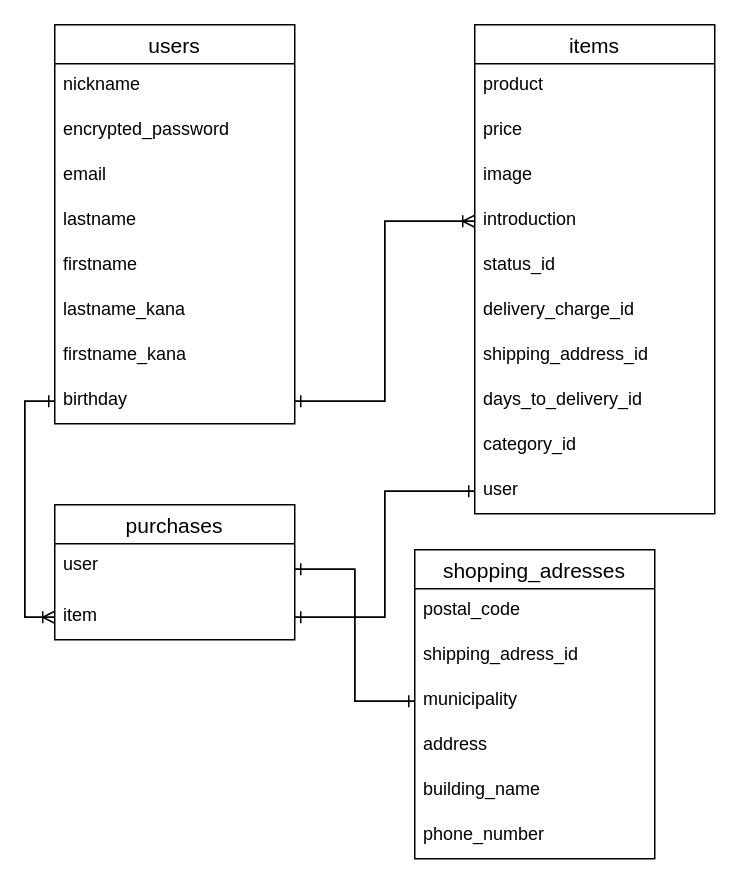
The draw.io diagram furima.dio in shiori0221/furima-35917, before the edit. Source tidied: cells renumbered, new cells numbered last; positions are measured from the earlier drawing's top-left corner, leaving out a move shared by most shapes. Both pictures are drawn from the tidied source at 150%, with x=0, y=0 at pixel (54, 24).
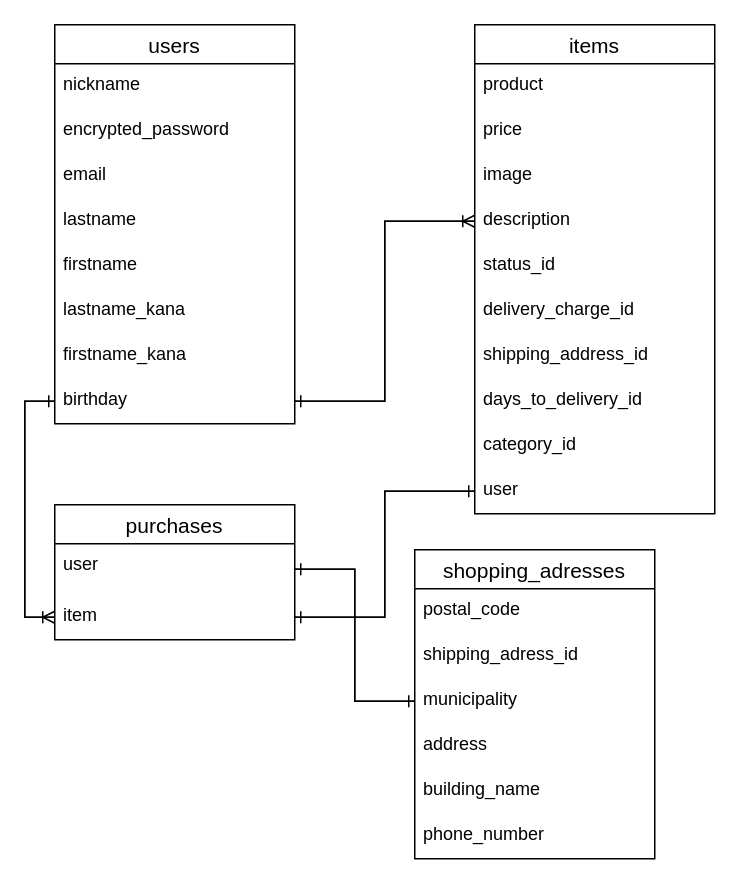
The same diagram, later.

Unchanged cells that the change refers to:
```xml
<mxCell id="11" value="items" style="swimlane;fontStyle=0;horizontal=1;startSize=26;align=center;fontSize=14;" parent="1" vertex="1">
  <mxGeometry x="280" width="160" height="326" as="geometry" />
</mxCell>
```

The edit, as a diff of the source:
```diff
@@
-    <mxCell id="15" value="introduction" style="text;strokeColor=none;fillColor=none;spacingLeft=4;spacingRight=4;overflow=hidden;points=[[0,0.5],[1,0.5]];portConstraint=eastwest;fontSize=12;" parent="11" vertex="1">
+    <mxCell id="15" value="description" style="text;strokeColor=none;fillColor=none;spacingLeft=4;spacingRight=4;overflow=hidden;points=[[0,0.5],[1,0.5]];portConstraint=eastwest;fontSize=12;" parent="11" vertex="1">
       <mxGeometry y="116" width="160" height="30" as="geometry" />
     </mxCell>
```
